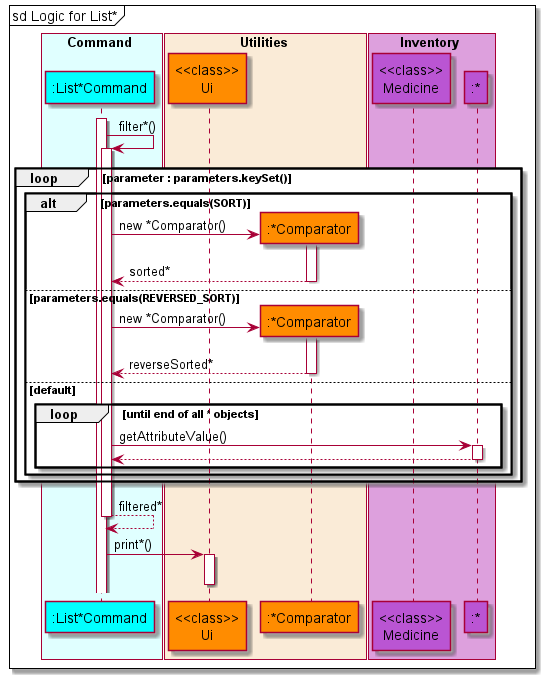
Above: docs/diagrams/diagram_images/ListSequenceDiagram.png in nus-cs2113-AY2122S1/tp (PlantUML), before the change.
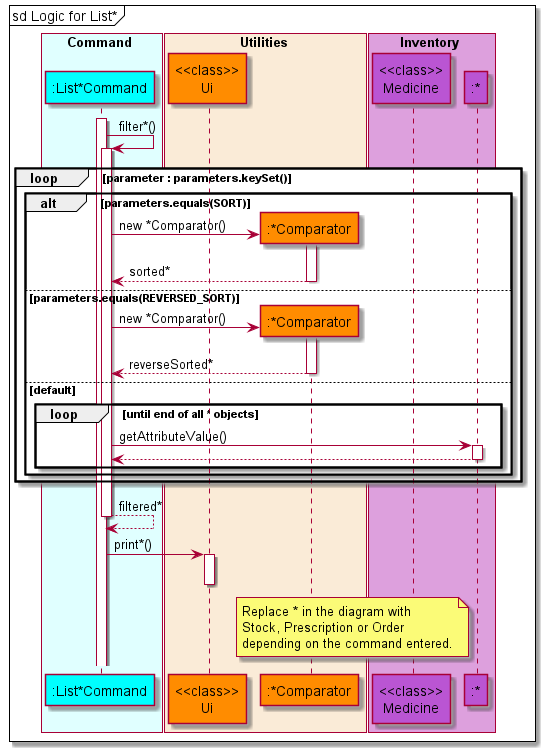
Later version of the same file.

Commit message:
Update sequence diagrams

The edit, as a diff of the source:
```diff
@@ -50,7 +50,11 @@
 list -> ui : print*()
 deactivate ui
 
-
+note left of object
+Replace * in the diagram with
+Stock, Prescription or Order
+depending on the command entered.
+end note
 
 
 
```
